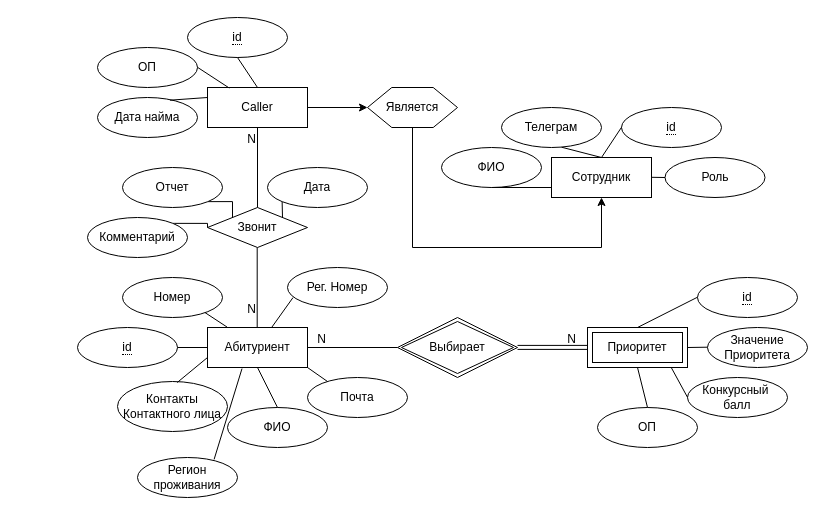
Above: Предварительная схема БД.drawio in DmitriyShalashov/Diagrams (draw.io), before the change. Source tidied: cells renumbered, new cells numbered last; positions are measured from the earlier drawing's top-left corner, leaving out a move shared by most shapes. Both pictures are drawn from the tidied source at 100%, with x=0, y=0 at pixel (77, 17).
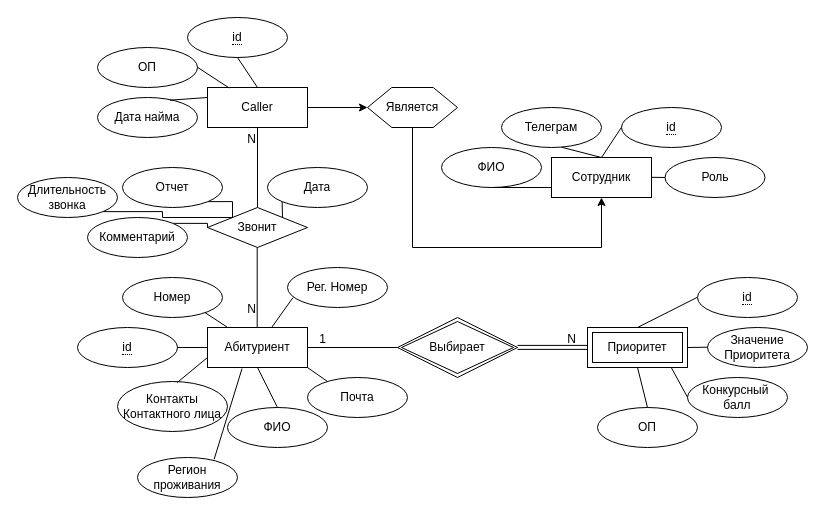
Above is the later version.

The change refers to these unchanged cells:
```xml
<mxCell id="4" value="Звонит" style="shape=rhombus;perimeter=rhombusPerimeter;whiteSpace=wrap;html=1;align=center;" parent="1" vertex="1">
  <mxGeometry x="130" y="190" width="100" height="40" as="geometry" />
</mxCell>
<mxCell id="36" style="endArrow=none;html=1;rounded=0;entryX=0;entryY=0.5;entryDx=0;entryDy=0;" parent="1" edge="1" target="15">
  <mxGeometry relative="1" as="geometry">
    <mxPoint x="230" y="330" as="sourcePoint" />
  </mxGeometry>
</mxCell>
```

Diff of the diagram source:
```diff
@@
-    <mxCell id="37" value="N" style="html=1;whiteSpace=wrap;align=right;verticalAlign=bottom;" parent="36" vertex="1">
+    <mxCell id="37" value="1" style="html=1;whiteSpace=wrap;align=right;verticalAlign=bottom;" parent="36" vertex="1">
       <mxGeometry x="1" relative="1" as="geometry">
         <mxPoint x="-70" as="offset" />
       </mxGeometry>
     </mxCell>
@@
+    <mxCell id="64" style="edgeStyle=orthogonalEdgeStyle;rounded=0;jettySize=auto;html=1;exitX=1;exitY=1;exitDx=0;exitDy=0;entryX=0;entryY=0;entryDx=0;entryDy=0;endArrow=none;endFill=0;" parent="1" edge="1" source="65" target="4">
+      <mxGeometry relative="1" as="geometry" />
+    </mxCell>
+    <mxCell id="65" value="Длительность звонка" style="ellipse;whiteSpace=wrap;html=1;align=center;" parent="1" vertex="1">
+      <mxGeometry x="-60" y="160" width="100" height="40" as="geometry" />
+    </mxCell>
```
